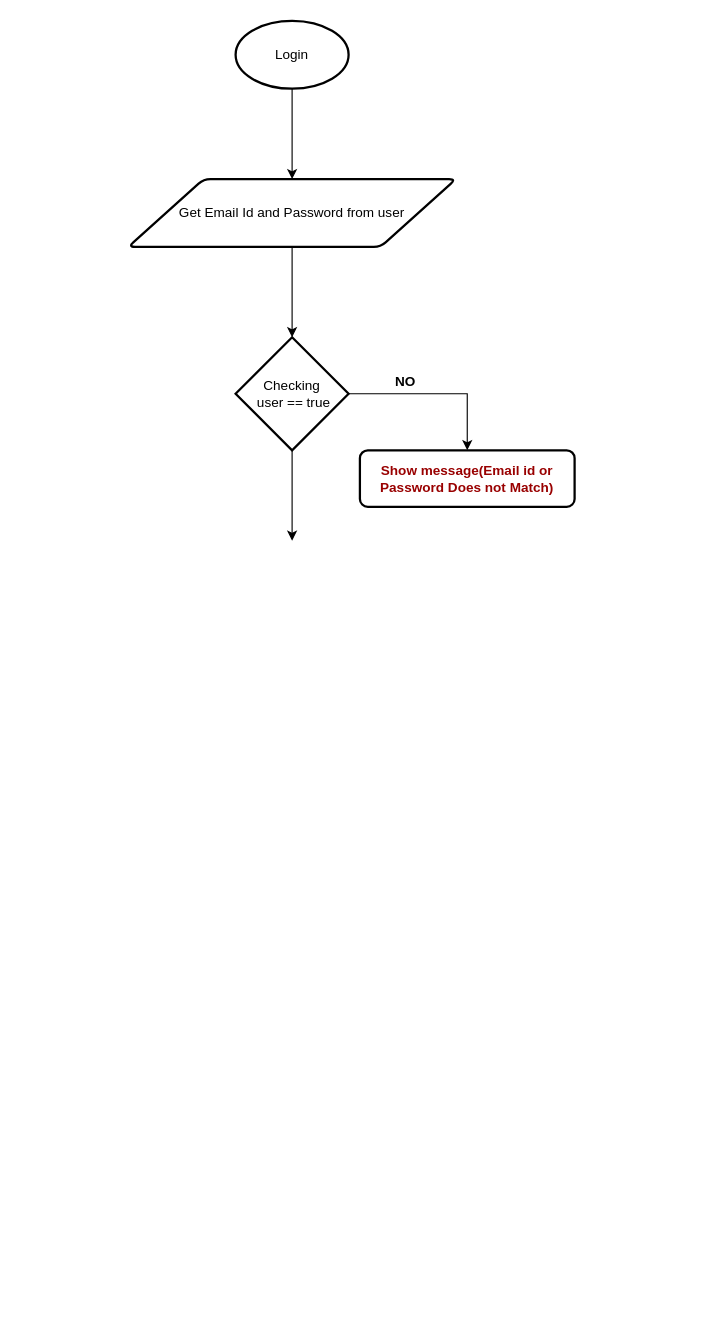
The draw.io diagram Untitled Diagram.drawio in 1AbhishekS/Flow-chart, before the edit. Source tidied: cells renumbered, new cells numbered last; positions are measured from the earlier drawing's top-left corner, leaving out a move shared by most shapes. Both pictures are drawn from the tidied source at 113%, with x=0, y=0 at pixel (128, 20).
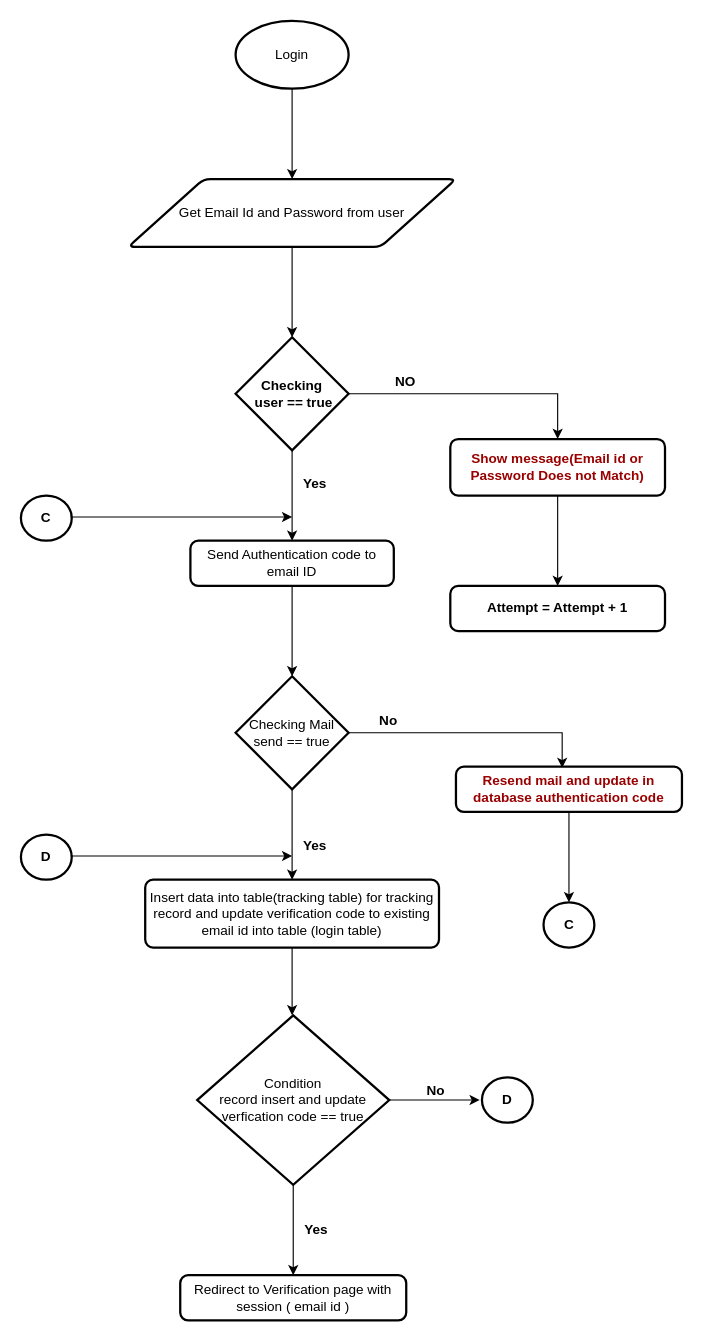
After the change.

What changed in the source:
```diff
@@
-    <mxCell id="8" value="Checking&lt;br&gt;&amp;nbsp;user == true" style="strokeWidth=2;html=1;shape=mxgraph.flowchart.decision;whiteSpace=wrap;" parent="1" vertex="1">
+    <mxCell id="8" value="&lt;b&gt;Checking&lt;br&gt;&amp;nbsp;user == true&lt;/b&gt;" style="strokeWidth=2;html=1;shape=mxgraph.flowchart.decision;whiteSpace=wrap;" parent="1" vertex="1">
       <mxGeometry x="95" y="280" width="100" height="100" as="geometry" />
     </mxCell>
+    <mxCell id="11" style="edgeStyle=orthogonalEdgeStyle;rounded=0;jettySize=auto;html=1;" parent="1" edge="1" source="9" target="12">
+      <mxGeometry relative="1" as="geometry" />
+    </mxCell>
     <mxCell id="9" value="&lt;font color=&quot;#990000&quot;&gt;Show message(Email id or Password Does not Match)&lt;/font&gt;" style="rounded=1;whiteSpace=wrap;html=1;absoluteArcSize=1;arcSize=14;strokeWidth=2;fontStyle=1;" parent="1" vertex="1">
-      <mxGeometry x="205" y="380" width="190" height="50" as="geometry" />
+      <mxGeometry x="285" y="370" width="190" height="50" as="geometry" />
     </mxCell>
+    <mxCell id="12" value="Attempt = Attempt + 1" style="rounded=1;whiteSpace=wrap;html=1;absoluteArcSize=1;arcSize=14;strokeWidth=2;fontStyle=1;" parent="1" vertex="1">
+      <mxGeometry x="285" y="500" width="190" height="40" as="geometry" />
+    </mxCell>
@@
+    <mxCell id="13" value="&lt;b&gt;Yes&lt;/b&gt;" style="text;html=1;align=center;verticalAlign=middle;" parent="1" vertex="1">
+      <mxGeometry x="145" y="400" width="40" height="20" as="geometry" />
+    </mxCell>
+    <mxCell id="14" style="edgeStyle=orthogonalEdgeStyle;rounded=0;jettySize=auto;html=1;" parent="1" edge="1" source="15">
+      <mxGeometry relative="1" as="geometry">
+        <mxPoint x="145" y="580" as="targetPoint" />
+      </mxGeometry>
+    </mxCell>
+    <mxCell id="15" value="Send Authentication code to email ID" style="rounded=1;whiteSpace=wrap;html=1;absoluteArcSize=1;arcSize=14;strokeWidth=2;" parent="1" vertex="1">
+      <mxGeometry x="55" y="460" width="180" height="40" as="geometry" />
+    </mxCell>
+    <mxCell id="16" style="edgeStyle=orthogonalEdgeStyle;rounded=0;jettySize=auto;html=1;entryX=0.47;entryY=0.025;entryDx=0;entryDy=0;entryPerimeter=0;" parent="1" edge="1" source="18" target="21">
+      <mxGeometry relative="1" as="geometry" />
+    </mxCell>
+    <mxCell id="17" style="edgeStyle=orthogonalEdgeStyle;rounded=0;jettySize=auto;html=1;" parent="1" edge="1" source="18">
+      <mxGeometry relative="1" as="geometry">
+        <mxPoint x="145" y="760" as="targetPoint" />
+      </mxGeometry>
+    </mxCell>
+    <mxCell id="18" value="Checking Mail &lt;br&gt;send == true" style="strokeWidth=2;html=1;shape=mxgraph.flowchart.decision;whiteSpace=wrap;" parent="1" vertex="1">
+      <mxGeometry x="95" y="580" width="100" height="100" as="geometry" />
+    </mxCell>
+    <mxCell id="19" value="No" style="text;html=1;align=center;verticalAlign=middle;fontStyle=1;" parent="1" vertex="1">
+      <mxGeometry x="215" y="610" width="30" height="20" as="geometry" />
+    </mxCell>
+    <mxCell id="20" style="edgeStyle=orthogonalEdgeStyle;rounded=0;jettySize=auto;html=1;" parent="1" edge="1" source="21">
+      <mxGeometry relative="1" as="geometry">
+        <mxPoint x="390" y="780" as="targetPoint" />
+      </mxGeometry>
+    </mxCell>
+    <mxCell id="21" value="&lt;font color=&quot;#990000&quot;&gt;Resend mail and update in database authentication code&lt;/font&gt;" style="rounded=1;whiteSpace=wrap;html=1;absoluteArcSize=1;arcSize=14;strokeWidth=2;fontStyle=1;" parent="1" vertex="1">
+      <mxGeometry x="290" y="660" width="200" height="40" as="geometry" />
+    </mxCell>
+    <mxCell id="22" value="&lt;b&gt;C&lt;/b&gt;" style="strokeWidth=2;html=1;shape=mxgraph.flowchart.start_2;whiteSpace=wrap;" parent="1" vertex="1">
+      <mxGeometry x="367.5" y="780" width="45" height="40" as="geometry" />
+    </mxCell>
+    <mxCell id="23" value="Yes" style="text;html=1;align=center;verticalAlign=middle;fontStyle=1;" parent="1" vertex="1">
+      <mxGeometry x="145" y="720" width="40" height="20" as="geometry" />
+    </mxCell>
+    <mxCell id="24" style="edgeStyle=orthogonalEdgeStyle;rounded=0;jettySize=auto;html=1;" parent="1" edge="1" source="25">
+      <mxGeometry relative="1" as="geometry">
+        <mxPoint x="145" y="880" as="targetPoint" />
+      </mxGeometry>
+    </mxCell>
+    <mxCell id="25" value="Insert data into table(tracking table) for tracking record and update verification code to existing email id into table (login table)" style="rounded=1;whiteSpace=wrap;html=1;absoluteArcSize=1;arcSize=14;strokeWidth=2;" parent="1" vertex="1">
+      <mxGeometry x="15" y="760" width="260" height="60" as="geometry" />
+    </mxCell>
+    <mxCell id="26" value="Redirect to Verification page with session ( email id )" style="rounded=1;whiteSpace=wrap;html=1;absoluteArcSize=1;arcSize=14;strokeWidth=2;" parent="1" vertex="1">
+      <mxGeometry x="46" y="1110" width="200" height="40" as="geometry" />
+    </mxCell>
+    <mxCell id="27" style="edgeStyle=orthogonalEdgeStyle;rounded=0;jettySize=auto;html=1;" parent="1" edge="1" source="29">
+      <mxGeometry relative="1" as="geometry">
+        <mxPoint x="146" y="1110" as="targetPoint" />
+      </mxGeometry>
+    </mxCell>
+    <mxCell id="28" style="edgeStyle=orthogonalEdgeStyle;rounded=0;jettySize=auto;html=1;" parent="1" edge="1" source="29">
+      <mxGeometry relative="1" as="geometry">
+        <mxPoint x="311" y="955" as="targetPoint" />
+      </mxGeometry>
+    </mxCell>
+    <mxCell id="29" value="&lt;div&gt;&lt;span&gt;Condition&lt;/span&gt;&lt;/div&gt;&lt;div&gt;&lt;span&gt;record insert and update verfication code == true&lt;/span&gt;&lt;/div&gt;" style="strokeWidth=2;html=1;shape=mxgraph.flowchart.decision;whiteSpace=wrap;align=center;" parent="1" vertex="1">
+      <mxGeometry x="61" y="880" width="170" height="150" as="geometry" />
+    </mxCell>
+    <mxCell id="30" value="Yes" style="text;html=1;align=center;verticalAlign=middle;fontStyle=1;" parent="1" vertex="1">
+      <mxGeometry x="146" y="1060" width="40" height="20" as="geometry" />
+    </mxCell>
+    <mxCell id="31" value="&lt;b&gt;No&lt;/b&gt;" style="text;html=1;align=center;verticalAlign=middle;" parent="1" vertex="1">
+      <mxGeometry x="257" y="937" width="30" height="20" as="geometry" />
+    </mxCell>
+    <mxCell id="32" value="&lt;b&gt;D&lt;/b&gt;" style="strokeWidth=2;html=1;shape=mxgraph.flowchart.start_2;whiteSpace=wrap;" parent="1" vertex="1">
+      <mxGeometry x="313" y="935" width="45" height="40" as="geometry" />
+    </mxCell>
+    <mxCell id="33" value="&lt;b&gt;D&lt;/b&gt;" style="strokeWidth=2;html=1;shape=mxgraph.flowchart.start_2;whiteSpace=wrap;" parent="1" vertex="1">
+      <mxGeometry x="-95" y="720" width="45" height="40" as="geometry" />
+    </mxCell>
+    <mxCell id="34" style="endArrow=classic;html=1;entryX=-0.1;entryY=0.95;entryDx=0;entryDy=0;entryPerimeter=0;" parent="1" edge="1">
+      <mxGeometry relative="1" as="geometry">
+        <mxPoint x="-51" y="739" as="sourcePoint" />
+        <mxPoint x="145" y="739" as="targetPoint" />
+      </mxGeometry>
+    </mxCell>
+    <mxCell id="35" value="&lt;b&gt;C&lt;/b&gt;" style="strokeWidth=2;html=1;shape=mxgraph.flowchart.start_2;whiteSpace=wrap;" parent="1" vertex="1">
+      <mxGeometry x="-95" y="420" width="45" height="40" as="geometry" />
+    </mxCell>
+    <mxCell id="36" style="endArrow=classic;html=1;entryX=-0.1;entryY=0.95;entryDx=0;entryDy=0;entryPerimeter=0;" parent="1" edge="1">
+      <mxGeometry relative="1" as="geometry">
+        <mxPoint x="-51" y="439" as="sourcePoint" />
+        <mxPoint x="145" y="439" as="targetPoint" />
+      </mxGeometry>
+    </mxCell>
```
